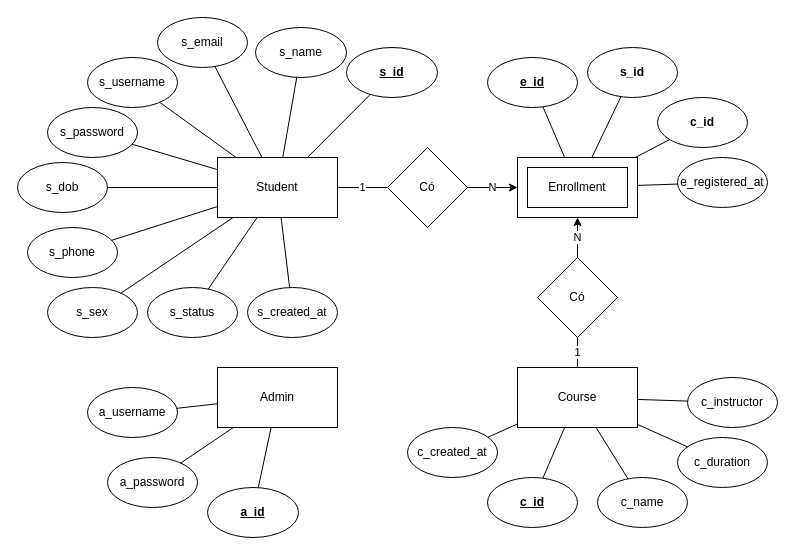
ImLazyAsFuck/projectJava keeps this draw.io diagram as ERD.drawio. Above is the earlier version. Source tidied: cells renumbered, new cells numbered last; positions are measured from the earlier drawing's top-left corner, leaving out a move shared by most shapes. Both pictures are drawn from the tidied source at 100%, with x=0, y=0 at pixel (17, 17).
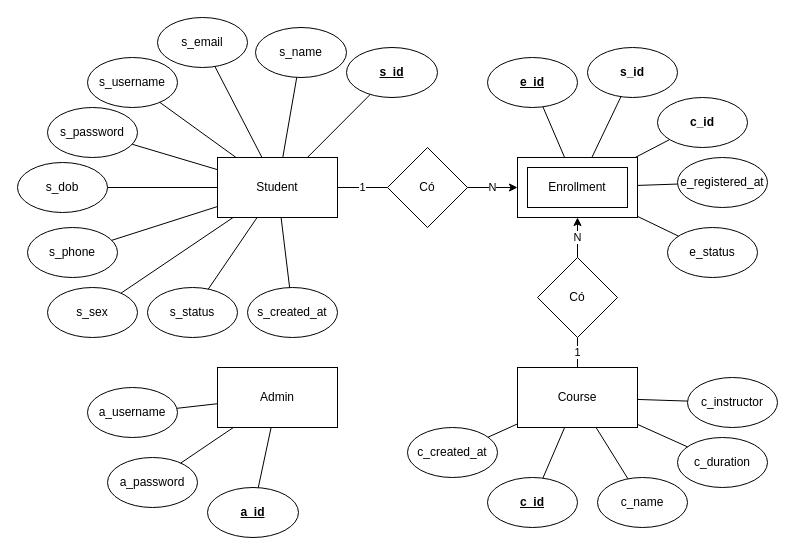
Above is the later version.

Unchanged cells that the change refers to:
```xml
<mxCell id="5" style="rounded=0;whiteSpace=wrap;html=1;" parent="1" vertex="1">
  <mxGeometry x="500" y="140" width="120" height="60" as="geometry" />
</mxCell>
```

Diff of the diagram source:
```diff
@@
+    <mxCell id="57" value="e_status" style="ellipse;whiteSpace=wrap;html=1;" parent="1" vertex="1">
+      <mxGeometry x="650" y="210" width="90" height="50" as="geometry" />
+    </mxCell>
+    <mxCell id="58" style="endArrow=none;html=1;rounded=0;" parent="1" edge="1" source="5" target="57">
+      <mxGeometry relative="1" as="geometry" />
+    </mxCell>
```
